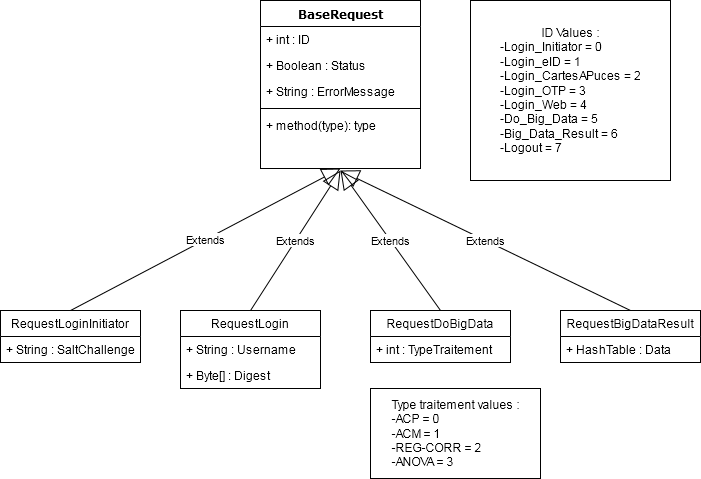
The draw.io diagram Protocole/Protocole.png in Sirorco/Isil-Data-Scientist, before a commit. Source tidied: cells renumbered, new cells last; positions are measured from the earlier drawing's top-left corner, leaving out a move shared by most shapes.
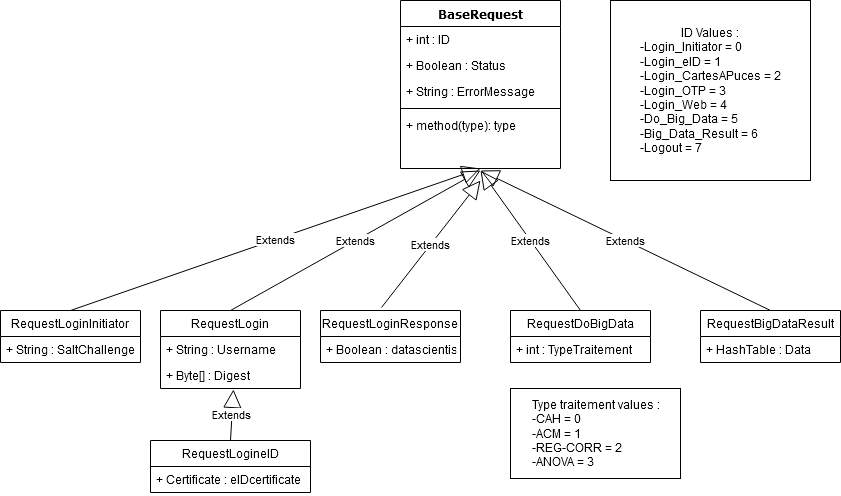
After the commit.

Change to the diagram source:
```diff
@@ -21,7 +21,7 @@
       <mxGeometry y="112" width="160" height="26" as="geometry" />
     </mxCell>
     <mxCell id="8" value="RequestLoginInitiator" style="swimlane;fontStyle=0;horizontal=1;startSize=26;fillColor=none;" parent="1" vertex="1">
-      <mxGeometry y="310" width="140" height="52" as="geometry" />
+      <mxGeometry x="-140" y="310" width="140" height="52" as="geometry" />
     </mxCell>
     <mxCell id="9" value="+ String : SaltChallenge" style="text;strokeColor=none;fillColor=none;align=left;verticalAlign=top;spacingLeft=4;spacingRight=4;overflow=hidden;" parent="8" vertex="1">
       <mxGeometry y="26" width="140" height="26" as="geometry" />
@@ -30,7 +30,7 @@
       <mxGeometry relative="1" as="geometry" />
     </mxCell>
     <mxCell id="11" value="RequestLogin" style="swimlane;fontStyle=0;horizontal=1;startSize=26;fillColor=none;" parent="1" vertex="1">
-      <mxGeometry x="180" y="310" width="140" height="78" as="geometry" />
+      <mxGeometry x="20" y="310" width="140" height="78" as="geometry" />
     </mxCell>
     <mxCell id="12" value="+ String : Username" style="text;strokeColor=none;fillColor=none;align=left;verticalAlign=top;spacingLeft=4;spacingRight=4;overflow=hidden;" parent="11" vertex="1">
       <mxGeometry y="26" width="140" height="26" as="geometry" />
@@ -68,8 +68,28 @@
         <mxPoint x="340" y="170" as="targetPoint" />
       </mxGeometry>
     </mxCell>
-    <mxCell id="22" value="&lt;div&gt;Type traitement values :&lt;/div&gt;&lt;div align=&quot;left&quot;&gt;-ACP = 0&lt;/div&gt;&lt;div align=&quot;left&quot;&gt;-ACM = 1&lt;/div&gt;&lt;div align=&quot;left&quot;&gt;-REG-CORR = 2&lt;/div&gt;&lt;div align=&quot;left&quot;&gt;-ANOVA = 3&lt;br&gt;&lt;/div&gt;" style="html=1;" parent="1" vertex="1">
+    <mxCell id="22" value="&lt;div&gt;Type traitement values :&lt;/div&gt;&lt;div align=&quot;left&quot;&gt;-CAH = 0&lt;/div&gt;&lt;div align=&quot;left&quot;&gt;-ACM = 1&lt;/div&gt;&lt;div align=&quot;left&quot;&gt;-REG-CORR = 2&lt;/div&gt;&lt;div align=&quot;left&quot;&gt;-ANOVA = 3&lt;br&gt;&lt;/div&gt;" style="html=1;" parent="1" vertex="1">
       <mxGeometry x="370" y="388" width="170" height="90" as="geometry" />
     </mxCell>
+    <mxCell id="23" value="RequestLoginResponse" style="swimlane;fontStyle=0;horizontal=1;startSize=26;fillColor=none;" parent="1" vertex="1">
+      <mxGeometry x="180" y="310" width="140" height="52" as="geometry" />
+    </mxCell>
+    <mxCell id="24" value="+ Boolean : datascientist" style="text;strokeColor=none;fillColor=none;align=left;verticalAlign=top;spacingLeft=4;spacingRight=4;overflow=hidden;" parent="23" vertex="1">
+      <mxGeometry y="26" width="140" height="26" as="geometry" />
+    </mxCell>
+    <mxCell id="25" value="Extends" style="endArrow=block;endSize=16;endFill=0;html=1;exitX=0.436;exitY=-0.058;exitDx=0;exitDy=0;exitPerimeter=0;" parent="1" edge="1" source="23">
+      <mxGeometry relative="1" as="geometry">
+        <mxPoint x="340" y="180" as="targetPoint" />
+      </mxGeometry>
+    </mxCell>
+    <mxCell id="26" value="RequestLogineID" style="swimlane;fontStyle=0;horizontal=1;startSize=26;fillColor=none;" parent="1" vertex="1">
+      <mxGeometry x="10" y="440" width="160" height="52" as="geometry" />
+    </mxCell>
+    <mxCell id="27" value="+ Certificate : eIDcertificate " style="text;strokeColor=none;fillColor=none;align=left;verticalAlign=top;spacingLeft=4;spacingRight=4;overflow=hidden;" parent="26" vertex="1">
+      <mxGeometry y="26" width="160" height="26" as="geometry" />
+    </mxCell>
+    <mxCell id="28" value="Extends" style="endArrow=block;endSize=16;endFill=0;html=1;exitX=0.5;exitY=0;exitDx=0;exitDy=0;entryX=0.521;entryY=1.038;entryDx=0;entryDy=0;entryPerimeter=0;" parent="1" edge="1" source="26" target="13">
+      <mxGeometry relative="1" as="geometry" />
+    </mxCell>
   </root>
 </mxGraphModel>
```
